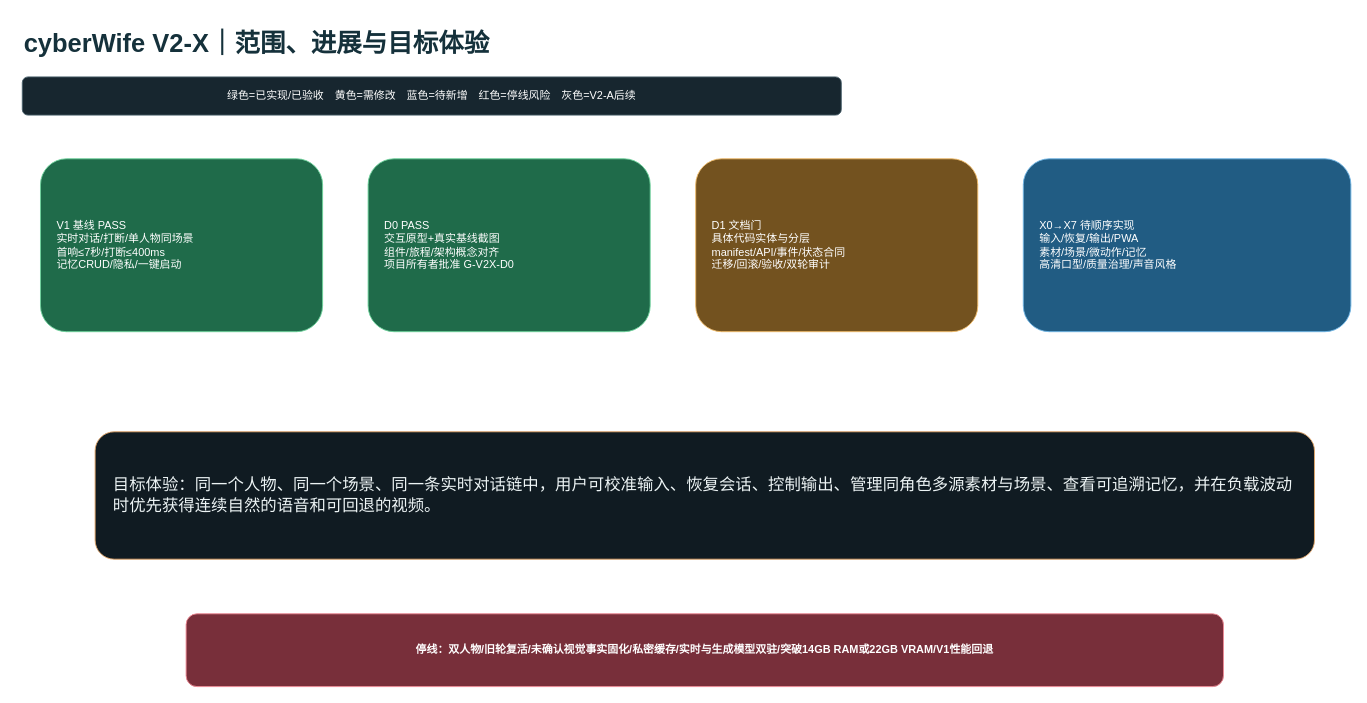
Above: page "01-范围进展与目标体验" (1 of 8) of docs/architecture/v2-x-gap.drawio in ljx418/cyberWife (draw.io), before the change. Source tidied: cells renumbered, new cells numbered last; positions are measured from the earlier drawing's top-left corner, leaving out a move shared by most shapes. Both pictures are drawn from the tidied source at 91%, with x=0, y=0 at pixel (22, 22).
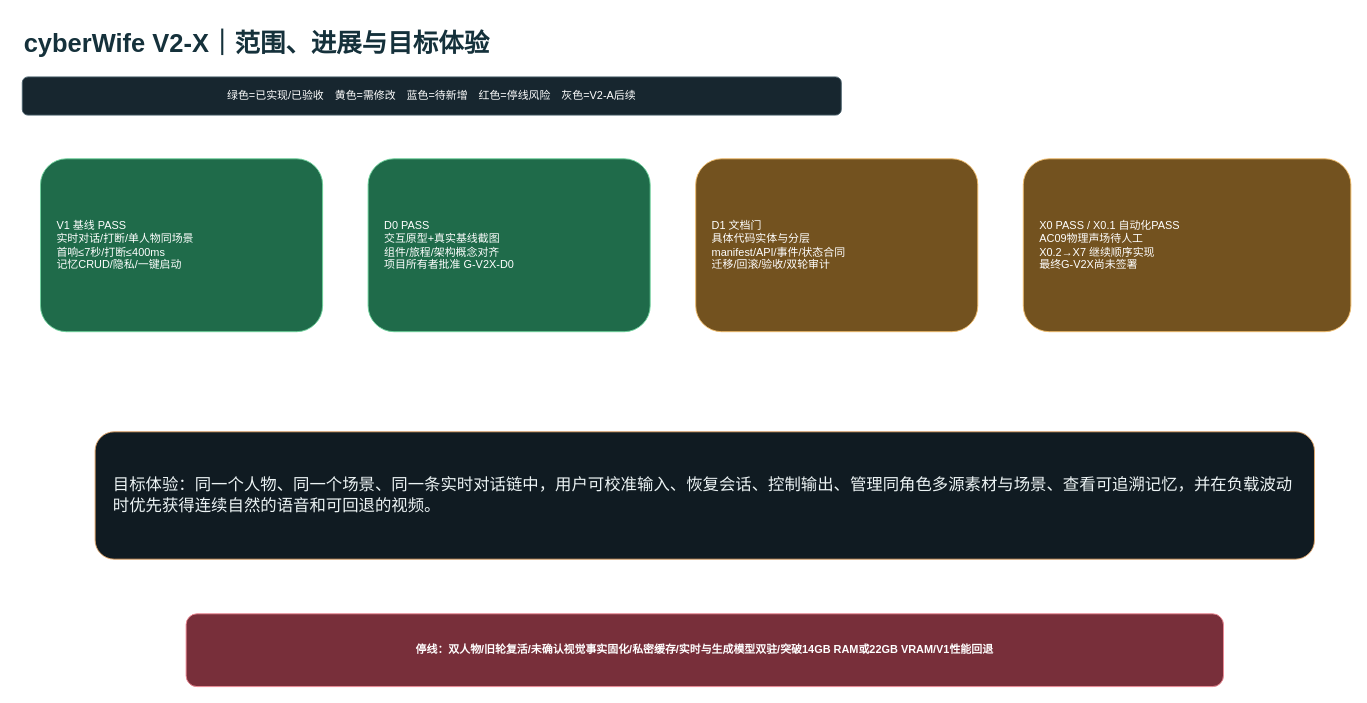
After the change.

What changed in the source:
```diff
@@
 <mxGraphModel>
   <root>
     <mxCell id="0" />
     <mxCell id="1" parent="0" />
     <mxCell id="2" value="cyberWife V2-X｜范围、进展与目标体验" style="text;html=1;fontSize=28;fontStyle=1;fontColor=#15313B;" parent="1" vertex="1">
       <mxGeometry width="1200" height="50" as="geometry" />
     </mxCell>
     <mxCell id="3" value="绿色=已实现/已验收　黄色=需修改　蓝色=待新增　红色=停线风险　灰色=V2-A后续" style="rounded=1;whiteSpace=wrap;html=1;fillColor=#17262F;strokeColor=#49606C;fontColor=#FFFFFF;" parent="1" vertex="1">
       <mxGeometry y="60" width="900" height="42" as="geometry" />
     </mxCell>
     <mxCell id="4" value="V1 基线 PASS&#10;实时对话/打断/单人物同场景&#10;首响≤7秒/打断≤400ms&#10;记忆CRUD/隐私/一键启动" style="rounded=1;whiteSpace=wrap;html=1;fillColor=#1F6B4A;strokeColor=#6ED39C;fontColor=#FFFFFF;align=left;spacing=18;" parent="1" vertex="1">
       <mxGeometry x="20" y="150" width="310" height="190" as="geometry" />
     </mxCell>
     <mxCell id="5" value="D0 PASS&#10;交互原型+真实基线截图&#10;组件/旅程/架构概念对齐&#10;项目所有者批准 G-V2X-D0" style="rounded=1;whiteSpace=wrap;html=1;fillColor=#1F6B4A;strokeColor=#6ED39C;fontColor=#FFFFFF;align=left;spacing=18;" parent="1" vertex="1">
       <mxGeometry x="380" y="150" width="310" height="190" as="geometry" />
     </mxCell>
     <mxCell id="6" value="D1 文档门&#10;具体代码实体与分层&#10;manifest/API/事件/状态合同&#10;迁移/回滚/验收/双轮审计" style="rounded=1;whiteSpace=wrap;html=1;fillColor=#73521F;strokeColor=#F2BD6B;fontColor=#FFFFFF;align=left;spacing=18;" parent="1" vertex="1">
       <mxGeometry x="740" y="150" width="310" height="190" as="geometry" />
     </mxCell>
-    <mxCell id="7" value="X0→X7 待顺序实现&#10;输入/恢复/输出/PWA&#10;素材/场景/微动作/记忆&#10;高清口型/质量治理/声音风格" style="rounded=1;whiteSpace=wrap;html=1;fillColor=#215C83;strokeColor=#71B7E6;fontColor=#FFFFFF;align=left;spacing=18;" parent="1" vertex="1">
+    <mxCell id="7" value="X0 PASS / X0.1 自动化PASS&#10;AC09物理声场待人工&#10;X0.2→X7 继续顺序实现&#10;最终G-V2X尚未签署" style="rounded=1;whiteSpace=wrap;html=1;fillColor=#73521F;strokeColor=#F2BD6B;fontColor=#FFFFFF;align=left;spacing=18;" parent="1" vertex="1">
       <mxGeometry x="1100" y="150" width="360" height="190" as="geometry" />
     </mxCell>
     <mxCell id="8" value="目标体验：同一个人物、同一个场景、同一条实时对话链中，用户可校准输入、恢复会话、控制输出、管理同角色多源素材与场景、查看可追溯记忆，并在负载波动时优先获得连续自然的语音和可回退的视频。" style="rounded=1;whiteSpace=wrap;html=1;fillColor=#101B22;strokeColor=#E4A668;fontColor=#EDF4F5;fontSize=18;align=left;spacing=20;" parent="1" vertex="1">
       <mxGeometry x="80" y="450" width="1340" height="140" as="geometry" />
     </mxCell>
     <mxCell id="9" value="停线：双人物/旧轮复活/未确认视觉事实固化/私密缓存/实时与生成模型双驻/突破14GB RAM或22GB VRAM/V1性能回退" style="rounded=1;whiteSpace=wrap;html=1;fillColor=#782F3A;strokeColor=#F08A96;fontColor=#FFFFFF;fontStyle=1;" parent="1" vertex="1">
       <mxGeometry x="180" y="650" width="1140" height="80" as="geometry" />
     </mxCell>
     <mxCell id="10" style="edgeStyle=orthogonalEdgeStyle;strokeColor=#8AA0A9;endArrow=block;" parent="1" edge="1" source="4" target="5" />
     <mxCell id="11" style="edgeStyle=orthogonalEdgeStyle;strokeColor=#8AA0A9;endArrow=block;" parent="1" edge="1" source="5" target="6" />
     <mxCell id="12" style="edgeStyle=orthogonalEdgeStyle;strokeColor=#8AA0A9;endArrow=block;" parent="1" edge="1" source="6" target="7" />
   </root>
 </mxGraphModel>
```
